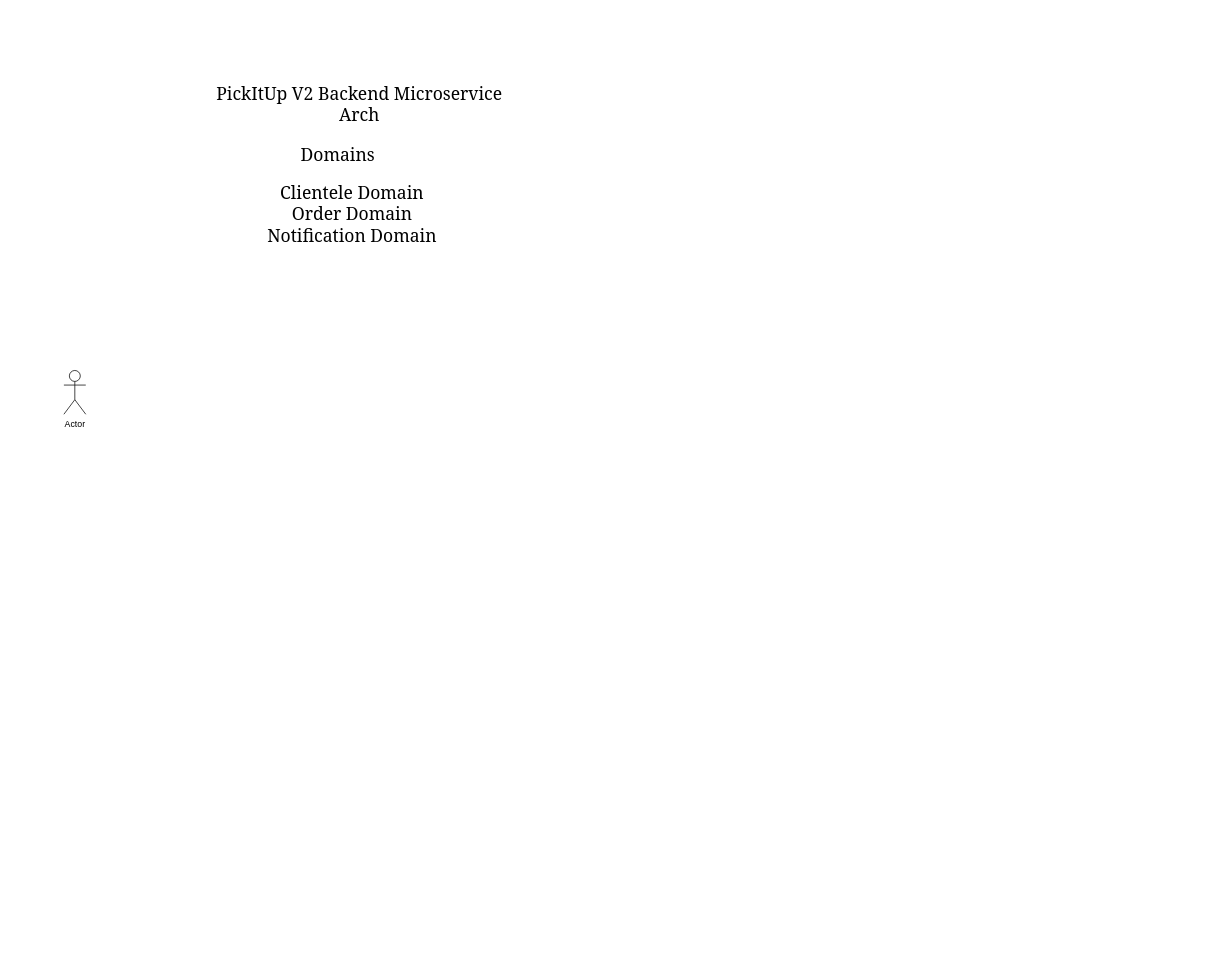
Earlier version of the draw.io diagram assets/pickitup_v2.drawio (Ayobami6/pickitup). Source tidied: cells renumbered, new cells numbered last; positions are measured from the earlier drawing's top-left corner, leaving out a move shared by most shapes. Both pictures are drawn from the tidied source at 73%, with x=0, y=0 at pixel (64, 71).
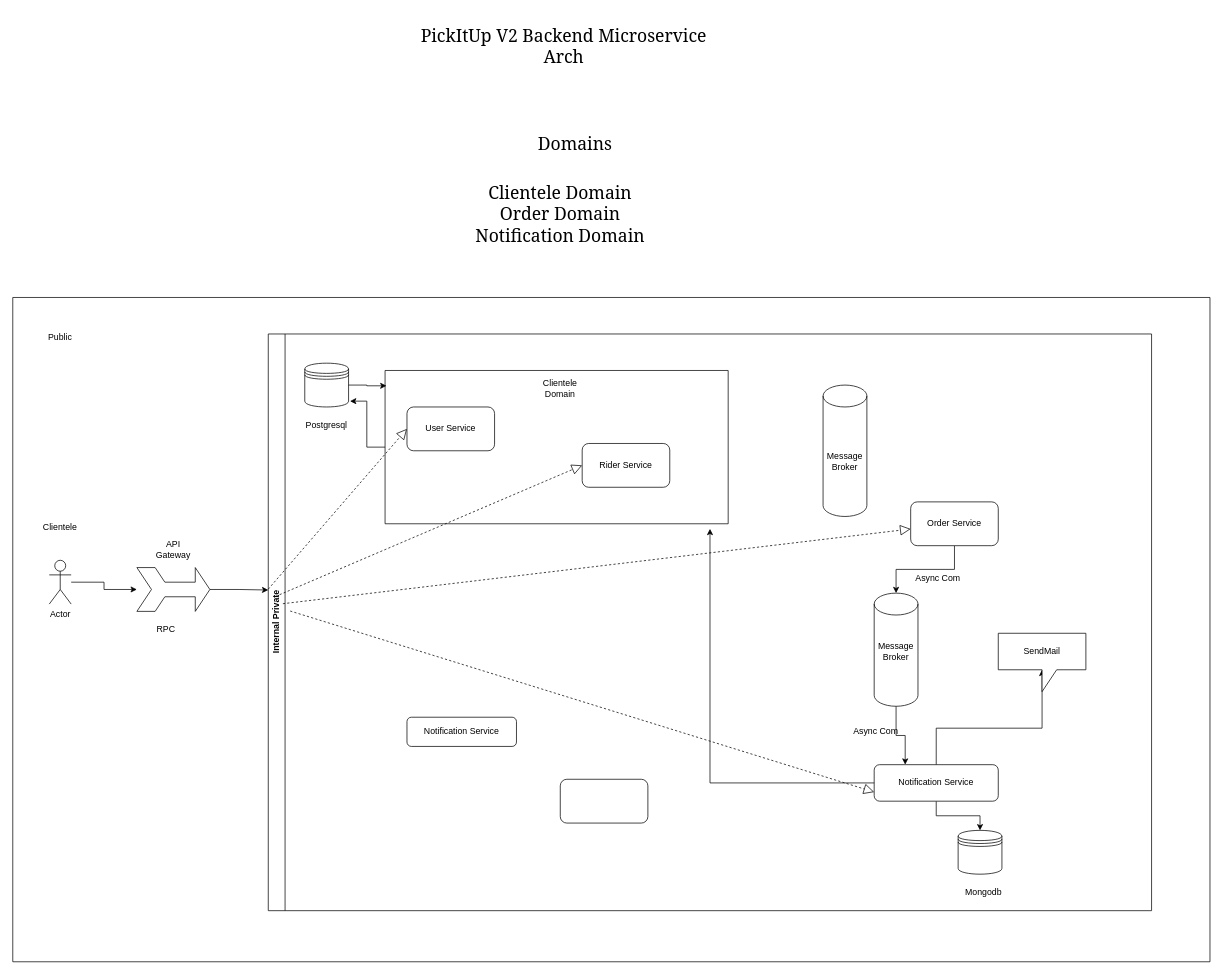
After the change.

Change to the diagram source:
```diff
@@
     <mxCell id="2" value="&lt;font style=&quot;font-size: 24px;&quot; face=&quot;Georgia&quot;&gt;PickItUp V2 Backend Microservice Arch&lt;/font&gt;" style="text;html=1;align=center;verticalAlign=middle;whiteSpace=wrap;rounded=0;" parent="1" vertex="1">
-      <mxGeometry x="190" width="430" height="90" as="geometry" />
+      <mxGeometry x="470" y="-80" width="430" height="90" as="geometry" />
     </mxCell>
     <mxCell id="3" value="&lt;font style=&quot;font-size: 24px;&quot; face=&quot;Georgia&quot;&gt;Domains&lt;/font&gt;" style="text;html=1;align=center;verticalAlign=middle;strokeColor=none;fillColor=none;" parent="1" vertex="1">
-      <mxGeometry x="315" y="95" width="120" height="40" as="geometry" />
+      <mxGeometry x="640" y="80" width="120" height="40" as="geometry" />
     </mxCell>
-    <mxCell id="4" value="&lt;font face=&quot;Georgia&quot;&gt;&lt;span style=&quot;font-size: 24px;&quot;&gt;Clientele Domain&lt;/span&gt;&lt;/font&gt;&lt;div&gt;&lt;font face=&quot;Georgia&quot;&gt;&lt;span style=&quot;font-size: 24px;&quot;&gt;Order Domain&lt;/span&gt;&lt;/font&gt;&lt;/div&gt;&lt;div&gt;&lt;font face=&quot;Georgia&quot;&gt;&lt;span style=&quot;font-size: 24px;&quot;&gt;Notification Domain&lt;/span&gt;&lt;/font&gt;&lt;/div&gt;&lt;div&gt;&lt;font face=&quot;Georgia&quot;&gt;&lt;span style=&quot;font-size: 24px;&quot;&gt;&lt;br&gt;&lt;/span&gt;&lt;/font&gt;&lt;/div&gt;" style="text;html=1;align=center;verticalAlign=middle;whiteSpace=wrap;rounded=0;" parent="1" vertex="1">
-      <mxGeometry x="240" y="150" width="310" height="120" as="geometry" />
+    <mxCell id="4" value="&lt;font face=&quot;Georgia&quot;&gt;&lt;span style=&quot;font-size: 24px;&quot;&gt;Clientele Domain&lt;/span&gt;&lt;/font&gt;&lt;div&gt;&lt;div&gt;&lt;font face=&quot;Georgia&quot;&gt;&lt;span style=&quot;font-size: 24px;&quot;&gt;Order Domain&lt;/span&gt;&lt;/font&gt;&lt;/div&gt;&lt;div&gt;&lt;font face=&quot;Georgia&quot;&gt;&lt;span style=&quot;font-size: 24px;&quot;&gt;Notification Domain&lt;/span&gt;&lt;/font&gt;&lt;/div&gt;&lt;div&gt;&lt;font face=&quot;Georgia&quot;&gt;&lt;span style=&quot;font-size: 24px;&quot;&gt;&lt;br&gt;&lt;/span&gt;&lt;/font&gt;&lt;/div&gt;&lt;/div&gt;" style="text;html=1;align=center;verticalAlign=middle;whiteSpace=wrap;rounded=0;" parent="1" vertex="1">
+      <mxGeometry x="490" y="140" width="380" height="140" as="geometry" />
     </mxCell>
+    <mxCell id="6" style="swimlane;startSize=0;" parent="1" vertex="1">
+      <mxGeometry x="-70" y="310" width="1640" height="910" as="geometry" />
+    </mxCell>
+    <mxCell id="7" style="edgeStyle=orthogonalEdgeStyle;rounded=0;jettySize=auto;html=1;" parent="6" edge="1" source="5" target="9">
+      <mxGeometry relative="1" as="geometry" />
+    </mxCell>
-    <mxCell id="5" value="Actor" style="shape=umlActor;verticalLabelPosition=bottom;verticalAlign=top;html=1;outlineConnect=0;" parent="1" vertex="1">
-      <mxGeometry y="410" width="30" height="60" as="geometry" />
+    <mxCell id="5" value="Actor" style="shape=umlActor;verticalLabelPosition=bottom;verticalAlign=top;html=1;outlineConnect=0;" parent="6" vertex="1">
+      <mxGeometry x="50" y="360" width="30" height="60" as="geometry" />
     </mxCell>
+    <mxCell id="8" value="Public" style="text;html=1;align=center;verticalAlign=middle;whiteSpace=wrap;rounded=0;" parent="6" vertex="1">
+      <mxGeometry x="35" y="40" width="60" height="30" as="geometry" />
+    </mxCell>
+    <mxCell id="9" style="html=1;shadow=0;dashed=0;align=center;verticalAlign=middle;shape=mxgraph.arrows2.tailedNotchedArrow;dy1=10;dx1=20;notch=20;arrowHead=20;dx2=25;dy2=30;" parent="6" vertex="1">
+      <mxGeometry x="170" y="370" width="100" height="60" as="geometry" />
+    </mxCell>
+    <mxCell id="10" value="API Gateway" style="text;html=1;align=center;verticalAlign=middle;whiteSpace=wrap;rounded=0;" parent="6" vertex="1">
+      <mxGeometry x="190" y="330" width="60" height="30" as="geometry" />
+    </mxCell>
+    <mxCell id="11" value="Clientele" style="text;html=1;align=center;verticalAlign=middle;whiteSpace=wrap;rounded=0;" parent="6" vertex="1">
+      <mxGeometry x="35" y="300" width="60" height="30" as="geometry" />
+    </mxCell>
+    <mxCell id="12" value="Internal Private" style="swimlane;horizontal=0;whiteSpace=wrap;html=1;" parent="6" vertex="1">
+      <mxGeometry x="350" y="50" width="1210" height="790" as="geometry" />
+    </mxCell>
+    <mxCell id="13" style="endArrow=block;dashed=1;endFill=0;endSize=12;html=1;rounded=0;" parent="12" edge="1">
+      <mxGeometry relative="1" as="geometry">
+        <mxPoint y="349.5" as="sourcePoint" />
+        <mxPoint x="190" y="130" as="targetPoint" />
+      </mxGeometry>
+    </mxCell>
+    <mxCell id="14" style="endArrow=block;dashed=1;endFill=0;endSize=12;html=1;rounded=0;entryX=0;entryY=0.5;entryDx=0;entryDy=0;" parent="12" edge="1" target="23">
+      <mxGeometry relative="1" as="geometry">
+        <mxPoint x="10" y="359.5" as="sourcePoint" />
+      </mxGeometry>
+    </mxCell>
+    <mxCell id="15" style="endArrow=block;dashed=1;endFill=0;endSize=12;html=1;rounded=0;" parent="12" edge="1" target="18">
+      <mxGeometry relative="1" as="geometry">
+        <mxPoint x="20" y="369.5" as="sourcePoint" />
+      </mxGeometry>
+    </mxCell>
+    <mxCell id="16" style="endArrow=block;dashed=1;endFill=0;endSize=12;html=1;rounded=0;entryX=0;entryY=0.75;entryDx=0;entryDy=0;" parent="12" edge="1" target="21">
+      <mxGeometry relative="1" as="geometry">
+        <mxPoint x="30" y="379.5" as="sourcePoint" />
+      </mxGeometry>
+    </mxCell>
+    <mxCell id="17" style="edgeStyle=orthogonalEdgeStyle;rounded=0;jettySize=auto;html=1;" parent="12" edge="1" source="18" target="36">
+      <mxGeometry relative="1" as="geometry" />
+    </mxCell>
+    <mxCell id="18" value="Order Service" style="rounded=1;whiteSpace=wrap;html=1;" parent="12" vertex="1">
+      <mxGeometry x="880" y="230" width="120" height="60" as="geometry" />
+    </mxCell>
+    <mxCell id="19" style="edgeStyle=orthogonalEdgeStyle;rounded=0;jettySize=auto;html=1;entryX=0.5;entryY=0;entryDx=0;entryDy=0;" parent="12" edge="1" source="21" target="32">
+      <mxGeometry relative="1" as="geometry" />
+    </mxCell>
+    <mxCell id="20" style="edgeStyle=orthogonalEdgeStyle;rounded=0;jettySize=auto;html=1;" parent="12" edge="1" source="21" target="34">
+      <mxGeometry relative="1" as="geometry" />
+    </mxCell>
+    <mxCell id="21" value="Notification Service" style="rounded=1;whiteSpace=wrap;html=1;" parent="12" vertex="1">
+      <mxGeometry x="830" y="590" width="170" height="50" as="geometry" />
+    </mxCell>
+    <mxCell id="22" style="rounded=1;whiteSpace=wrap;html=1;" parent="12" vertex="1">
+      <mxGeometry x="400" y="610" width="120" height="60" as="geometry" />
+    </mxCell>
+    <mxCell id="23" value="Rider Service" style="rounded=1;whiteSpace=wrap;html=1;" parent="12" vertex="1">
+      <mxGeometry x="430" y="150" width="120" height="60" as="geometry" />
+    </mxCell>
+    <mxCell id="24" value="Notification Service" style="rounded=1;whiteSpace=wrap;html=1;" parent="12" vertex="1">
+      <mxGeometry x="190" y="525" width="150" height="40" as="geometry" />
+    </mxCell>
+    <mxCell id="25" value="User Service" style="rounded=1;whiteSpace=wrap;html=1;" parent="12" vertex="1">
+      <mxGeometry x="190" y="100" width="120" height="60" as="geometry" />
+    </mxCell>
+    <mxCell id="26" style="swimlane;startSize=0;" parent="12" vertex="1">
+      <mxGeometry x="160" y="50" width="470" height="210" as="geometry" />
+    </mxCell>
+    <mxCell id="27" value="Clientele Domain" style="text;html=1;align=center;verticalAlign=middle;whiteSpace=wrap;rounded=0;" parent="26" vertex="1">
+      <mxGeometry x="210" y="10" width="60" height="30" as="geometry" />
+    </mxCell>
+    <mxCell id="28" style="shape=datastore;whiteSpace=wrap;html=1;" parent="12" vertex="1">
+      <mxGeometry x="50" y="40" width="60" height="60" as="geometry" />
+    </mxCell>
+    <mxCell id="29" style="edgeStyle=orthogonalEdgeStyle;rounded=0;jettySize=auto;html=1;entryX=0.004;entryY=0.1;entryDx=0;entryDy=0;entryPerimeter=0;" parent="12" edge="1" source="28" target="26">
+      <mxGeometry relative="1" as="geometry" />
+    </mxCell>
+    <mxCell id="30" style="edgeStyle=orthogonalEdgeStyle;rounded=0;jettySize=auto;html=1;entryX=1.033;entryY=0.867;entryDx=0;entryDy=0;entryPerimeter=0;" parent="12" edge="1" source="26" target="28">
+      <mxGeometry relative="1" as="geometry" />
+    </mxCell>
+    <mxCell id="31" value="Postgresql" style="text;html=1;align=center;verticalAlign=middle;whiteSpace=wrap;rounded=0;" parent="12" vertex="1">
+      <mxGeometry x="50" y="110" width="60" height="30" as="geometry" />
+    </mxCell>
+    <mxCell id="32" style="shape=datastore;whiteSpace=wrap;html=1;" parent="12" vertex="1">
+      <mxGeometry x="945" y="680" width="60" height="60" as="geometry" />
+    </mxCell>
+    <mxCell id="33" value="Mongodb" style="text;html=1;align=center;verticalAlign=middle;whiteSpace=wrap;rounded=0;" parent="12" vertex="1">
+      <mxGeometry x="950" y="750" width="60" height="30" as="geometry" />
+    </mxCell>
+    <mxCell id="34" value="SendMail" style="shape=callout;whiteSpace=wrap;html=1;perimeter=calloutPerimeter;" parent="12" vertex="1">
+      <mxGeometry x="1000" y="410" width="120" height="80" as="geometry" />
+    </mxCell>
+    <mxCell id="35" style="edgeStyle=orthogonalEdgeStyle;rounded=0;jettySize=auto;html=1;entryX=0.25;entryY=0;entryDx=0;entryDy=0;" parent="12" edge="1" source="36" target="21">
+      <mxGeometry relative="1" as="geometry" />
+    </mxCell>
+    <mxCell id="36" style="shape=cylinder3;whiteSpace=wrap;html=1;boundedLbl=1;backgroundOutline=1;size=15;" parent="12" vertex="1">
+      <mxGeometry x="830" y="355" width="60" height="155" as="geometry" />
+    </mxCell>
+    <mxCell id="37" value="Message&lt;div&gt;Broker&lt;/div&gt;" style="text;html=1;align=center;verticalAlign=middle;whiteSpace=wrap;rounded=0;" parent="12" vertex="1">
+      <mxGeometry x="830" y="420" width="60" height="30" as="geometry" />
+    </mxCell>
+    <mxCell id="38" value="Async Com" style="text;html=1;align=center;verticalAlign=middle;whiteSpace=wrap;rounded=0;" parent="12" vertex="1">
+      <mxGeometry x="845" y="320" width="145" height="30" as="geometry" />
+    </mxCell>
+    <mxCell id="39" value="Async Com" style="text;html=1;align=center;verticalAlign=middle;whiteSpace=wrap;rounded=0;" parent="12" vertex="1">
+      <mxGeometry x="760" y="530" width="145" height="30" as="geometry" />
+    </mxCell>
+    <mxCell id="40" style="shape=cylinder3;whiteSpace=wrap;html=1;boundedLbl=1;backgroundOutline=1;size=15;" parent="12" vertex="1">
+      <mxGeometry x="760" y="70" width="60" height="180" as="geometry" />
+    </mxCell>
+    <mxCell id="41" value="Message Broker" style="text;html=1;align=center;verticalAlign=middle;whiteSpace=wrap;rounded=0;" parent="12" vertex="1">
+      <mxGeometry x="760" y="160" width="60" height="30" as="geometry" />
+    </mxCell>
+    <mxCell id="42" style="edgeStyle=orthogonalEdgeStyle;rounded=0;jettySize=auto;html=1;entryX=0.947;entryY=1.033;entryDx=0;entryDy=0;entryPerimeter=0;" parent="12" edge="1" source="21" target="26">
+      <mxGeometry relative="1" as="geometry" />
+    </mxCell>
+    <mxCell id="43" style="edgeStyle=orthogonalEdgeStyle;rounded=0;jettySize=auto;html=1;entryX=0;entryY=0.444;entryDx=0;entryDy=0;entryPerimeter=0;" parent="6" edge="1" source="9" target="12">
+      <mxGeometry relative="1" as="geometry" />
+    </mxCell>
+    <mxCell id="44" value="RPC" style="text;html=1;align=center;verticalAlign=middle;whiteSpace=wrap;rounded=0;" parent="6" vertex="1">
+      <mxGeometry x="180" y="440" width="60" height="30" as="geometry" />
+    </mxCell>
```
